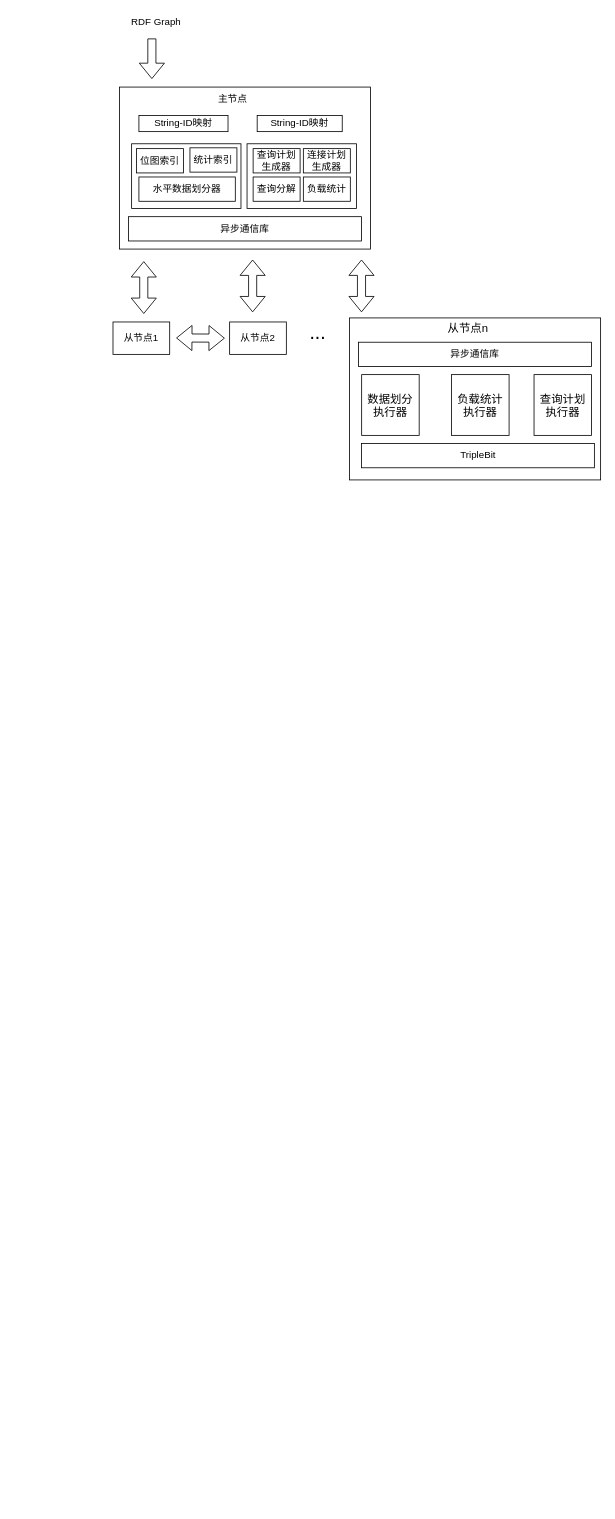
ductina/233 keeps this draw.io diagram as Untitled Diagram.drawio. Above is the earlier version. Source tidied: cells renumbered, new cells numbered last; positions are measured from the earlier drawing's top-left corner, leaving out a move shared by most shapes. Both pictures are drawn from the tidied source at 81%, with x=0, y=0 at pixel (111, 14).
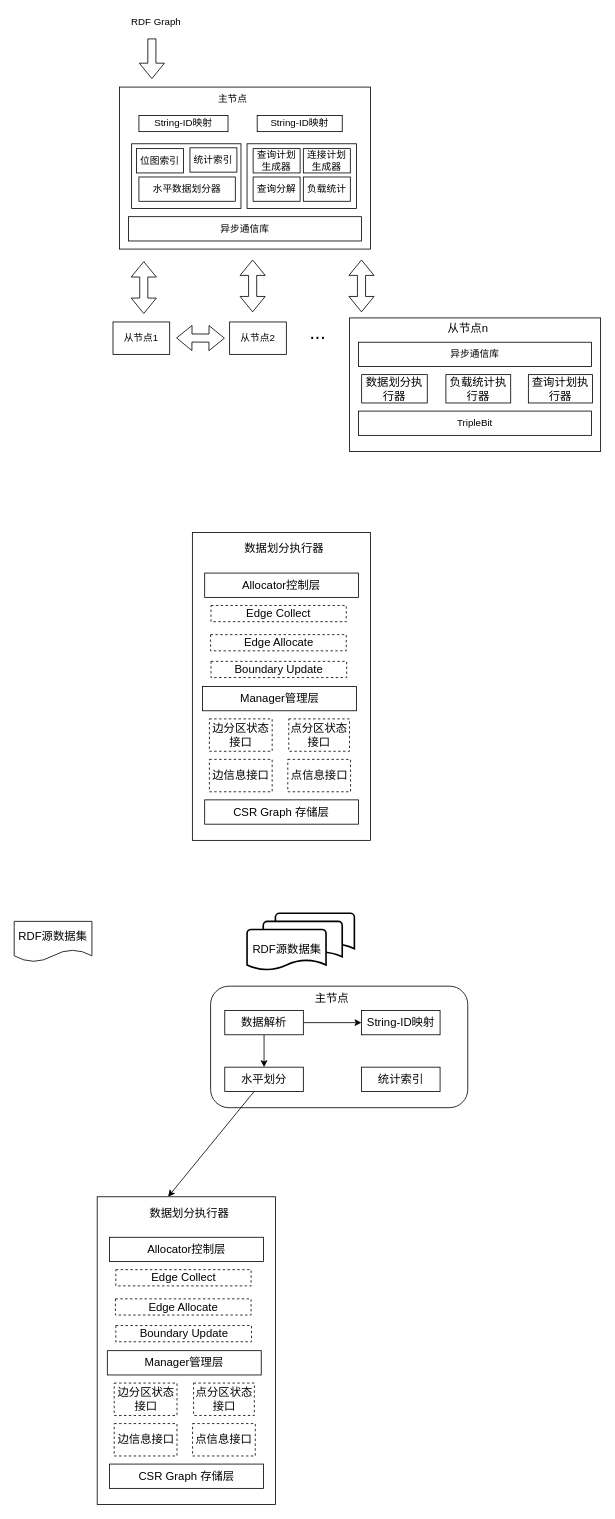
Above is the later version.

What changed in the source:
```diff
@@
     <mxCell id="23" style="rounded=0;whiteSpace=wrap;html=1;" parent="1" vertex="1">
-      <mxGeometry x="294" y="375" width="310" height="200" as="geometry" />
+      <mxGeometry x="294" y="375" width="310" height="165" as="geometry" />
     </mxCell>
@@
     <mxCell id="28" value="数据划分执行器" style="rounded=0;whiteSpace=wrap;html=1;fontSize=14;" parent="1" vertex="1">
-      <mxGeometry x="309" y="445" width="71" height="75" as="geometry" />
+      <mxGeometry x="309" y="445" width="81" height="35" as="geometry" />
     </mxCell>
     <mxCell id="29" value="负载统计执行器" style="rounded=0;whiteSpace=wrap;html=1;fontSize=14;" parent="1" vertex="1">
-      <mxGeometry x="420" y="445" width="71" height="75" as="geometry" />
+      <mxGeometry x="413" y="445" width="80" height="35" as="geometry" />
     </mxCell>
     <mxCell id="30" value="查询计划执行器" style="rounded=0;whiteSpace=wrap;html=1;fontSize=14;" parent="1" vertex="1">
-      <mxGeometry x="521.8" y="445" width="71" height="75" as="geometry" />
+      <mxGeometry x="514.8" y="445" width="79.2" height="35" as="geometry" />
     </mxCell>
     <mxCell id="31" value="TripleBit" style="rounded=0;whiteSpace=wrap;html=1;" parent="1" vertex="1">
-      <mxGeometry x="308.8" y="530" width="287.5" height="30" as="geometry" />
+      <mxGeometry x="305.2" y="490" width="287.5" height="30" as="geometry" />
     </mxCell>
+    <mxCell id="32" style="rounded=0;whiteSpace=wrap;html=1;fontSize=14;" parent="1" vertex="1">
+      <mxGeometry x="100" y="640" width="220" height="380" as="geometry" />
+    </mxCell>
+    <mxCell id="33" value="数据划分执行器" style="text;html=1;align=center;verticalAlign=middle;strokeColor=none;fillColor=none;fontSize=14;" parent="1" vertex="1">
+      <mxGeometry x="143" y="650" width="140" height="20" as="geometry" />
+    </mxCell>
+    <mxCell id="34" value="Allocator控制层" style="rounded=0;whiteSpace=wrap;html=1;fontSize=14;" parent="1" vertex="1">
+      <mxGeometry x="115.2" y="690" width="190" height="30" as="geometry" />
+    </mxCell>
+    <mxCell id="35" value="Manager管理层" style="rounded=0;whiteSpace=wrap;html=1;fontSize=14;" parent="1" vertex="1">
+      <mxGeometry x="112.5" y="830" width="190" height="30" as="geometry" />
+    </mxCell>
+    <mxCell id="36" value="CSR Graph 存储层" style="rounded=0;whiteSpace=wrap;html=1;fontSize=14;" parent="1" vertex="1">
+      <mxGeometry x="115.2" y="970" width="190" height="30" as="geometry" />
+    </mxCell>
+    <mxCell id="37" value="边分区状态接口" style="rounded=0;whiteSpace=wrap;html=1;fontSize=14;dashed=1;" parent="1" vertex="1">
+      <mxGeometry x="121" y="870" width="77.5" height="40" as="geometry" />
+    </mxCell>
+    <mxCell id="38" value="点分区状态接口" style="rounded=0;whiteSpace=wrap;html=1;fontSize=14;dashed=1;" parent="1" vertex="1">
+      <mxGeometry x="219" y="870" width="75" height="40" as="geometry" />
+    </mxCell>
+    <mxCell id="39" value="边信息接口" style="rounded=0;whiteSpace=wrap;html=1;fontSize=14;dashed=1;" parent="1" vertex="1">
+      <mxGeometry x="121" y="920" width="77.5" height="40" as="geometry" />
+    </mxCell>
+    <mxCell id="40" value="点信息接口" style="rounded=0;whiteSpace=wrap;html=1;fontSize=14;dashed=1;" parent="1" vertex="1">
+      <mxGeometry x="217.8" y="920" width="77.5" height="40" as="geometry" />
+    </mxCell>
+    <mxCell id="41" value="Edge Collect" style="rounded=0;whiteSpace=wrap;html=1;fontSize=14;dashed=1;" parent="1" vertex="1">
+      <mxGeometry x="123" y="730" width="167" height="20" as="geometry" />
+    </mxCell>
+    <mxCell id="42" value="Edge Allocate" style="rounded=0;whiteSpace=wrap;html=1;fontSize=14;dashed=1;" parent="1" vertex="1">
+      <mxGeometry x="122.5" y="766" width="167.5" height="20" as="geometry" />
+    </mxCell>
+    <mxCell id="43" value="Boundary Update" style="rounded=0;whiteSpace=wrap;html=1;fontSize=14;dashed=1;" parent="1" vertex="1">
+      <mxGeometry x="123" y="799" width="167.5" height="20" as="geometry" />
+    </mxCell>
+    <mxCell id="44" value="RDF源数据集" style="shape=document;whiteSpace=wrap;html=1;boundedLbl=1;fontSize=14;" parent="1" vertex="1">
+      <mxGeometry x="-120" y="1120" width="96" height="50" as="geometry" />
+    </mxCell>
+    <mxCell id="45" style="strokeWidth=2;html=1;shape=mxgraph.flowchart.document2;whiteSpace=wrap;size=0.25;fontSize=14;" parent="1" vertex="1">
+      <mxGeometry x="202.5" y="1110" width="97.5" height="50" as="geometry" />
+    </mxCell>
+    <mxCell id="46" style="strokeWidth=2;html=1;shape=mxgraph.flowchart.document2;whiteSpace=wrap;size=0.25;fontSize=14;" parent="1" vertex="1">
+      <mxGeometry x="187.5" y="1120" width="97.5" height="50" as="geometry" />
+    </mxCell>
+    <mxCell id="47" value="RDF源数据集" style="strokeWidth=2;html=1;shape=mxgraph.flowchart.document2;whiteSpace=wrap;size=0.25;fontSize=14;" parent="1" vertex="1">
+      <mxGeometry x="167.5" y="1130" width="97.5" height="50" as="geometry" />
+    </mxCell>
+    <mxCell id="48" style="rounded=1;whiteSpace=wrap;html=1;fontSize=14;" parent="1" vertex="1">
+      <mxGeometry x="122.5" y="1200" width="317.5" height="150" as="geometry" />
+    </mxCell>
+    <mxCell id="49" value="主节点" style="text;html=1;align=center;verticalAlign=middle;strokeColor=none;fillColor=none;fontSize=14;" parent="1" vertex="1">
+      <mxGeometry x="237" y="1205" width="70" height="20" as="geometry" />
+    </mxCell>
+    <mxCell id="50" style="edgeStyle=orthogonalEdgeStyle;rounded=0;jettySize=auto;html=1;entryX=0.5;entryY=0;entryDx=0;entryDy=0;fontSize=14;" parent="1" edge="1" source="52" target="54">
+      <mxGeometry relative="1" as="geometry" />
+    </mxCell>
+    <mxCell id="51" style="edgeStyle=orthogonalEdgeStyle;rounded=0;jettySize=auto;html=1;entryX=0;entryY=0.5;entryDx=0;entryDy=0;fontSize=14;" parent="1" edge="1" source="52" target="55">
+      <mxGeometry relative="1" as="geometry" />
+    </mxCell>
+    <mxCell id="52" value="数据解析" style="rounded=0;whiteSpace=wrap;html=1;fontSize=14;" parent="1" vertex="1">
+      <mxGeometry x="140" y="1230" width="97" height="30" as="geometry" />
+    </mxCell>
+    <mxCell id="53" style="rounded=0;jettySize=auto;html=1;entryX=0.398;entryY=0;entryDx=0;entryDy=0;entryPerimeter=0;fontSize=14;" parent="1" edge="1" source="54" target="57">
+      <mxGeometry relative="1" as="geometry" />
+    </mxCell>
+    <mxCell id="54" value="水平划分" style="rounded=0;whiteSpace=wrap;html=1;fontSize=14;" parent="1" vertex="1">
+      <mxGeometry x="140" y="1300" width="97" height="30" as="geometry" />
+    </mxCell>
+    <mxCell id="55" value="String-ID映射" style="rounded=0;whiteSpace=wrap;html=1;fontSize=14;" parent="1" vertex="1">
+      <mxGeometry x="308.8" y="1230" width="97" height="30" as="geometry" />
+    </mxCell>
+    <mxCell id="56" value="统计索引" style="rounded=0;whiteSpace=wrap;html=1;fontSize=14;" parent="1" vertex="1">
+      <mxGeometry x="308.8" y="1300" width="97" height="30" as="geometry" />
+    </mxCell>
+    <mxCell id="57" style="rounded=0;whiteSpace=wrap;html=1;fontSize=14;" parent="1" vertex="1">
+      <mxGeometry x="-17.5" y="1460" width="220" height="380" as="geometry" />
+    </mxCell>
+    <mxCell id="58" value="数据划分执行器" style="text;html=1;align=center;verticalAlign=middle;strokeColor=none;fillColor=none;fontSize=14;" parent="1" vertex="1">
+      <mxGeometry x="25.5" y="1470" width="140" height="20" as="geometry" />
+    </mxCell>
+    <mxCell id="59" value="Allocator控制层" style="rounded=0;whiteSpace=wrap;html=1;fontSize=14;" parent="1" vertex="1">
+      <mxGeometry x="-2.2" y="1510" width="190" height="30" as="geometry" />
+    </mxCell>
+    <mxCell id="60" value="Manager管理层" style="rounded=0;whiteSpace=wrap;html=1;fontSize=14;" parent="1" vertex="1">
+      <mxGeometry x="-5" y="1650" width="190" height="30" as="geometry" />
+    </mxCell>
+    <mxCell id="61" value="CSR Graph 存储层" style="rounded=0;whiteSpace=wrap;html=1;fontSize=14;" parent="1" vertex="1">
+      <mxGeometry x="-2.2" y="1790" width="190" height="30" as="geometry" />
+    </mxCell>
+    <mxCell id="62" value="边分区状态接口" style="rounded=0;whiteSpace=wrap;html=1;fontSize=14;dashed=1;" parent="1" vertex="1">
+      <mxGeometry x="3.5" y="1690" width="77.5" height="40" as="geometry" />
+    </mxCell>
+    <mxCell id="63" value="点分区状态接口" style="rounded=0;whiteSpace=wrap;html=1;fontSize=14;dashed=1;" parent="1" vertex="1">
+      <mxGeometry x="101.5" y="1690" width="75" height="40" as="geometry" />
+    </mxCell>
+    <mxCell id="64" value="边信息接口" style="rounded=0;whiteSpace=wrap;html=1;fontSize=14;dashed=1;" parent="1" vertex="1">
+      <mxGeometry x="3.5" y="1740" width="77.5" height="40" as="geometry" />
+    </mxCell>
+    <mxCell id="65" value="点信息接口" style="rounded=0;whiteSpace=wrap;html=1;fontSize=14;dashed=1;" parent="1" vertex="1">
+      <mxGeometry x="100.2" y="1740" width="77.5" height="40" as="geometry" />
+    </mxCell>
+    <mxCell id="66" value="Edge Collect" style="rounded=0;whiteSpace=wrap;html=1;fontSize=14;dashed=1;" parent="1" vertex="1">
+      <mxGeometry x="5.5" y="1550" width="167" height="20" as="geometry" />
+    </mxCell>
+    <mxCell id="67" value="Edge Allocate" style="rounded=0;whiteSpace=wrap;html=1;fontSize=14;dashed=1;" parent="1" vertex="1">
+      <mxGeometry x="5" y="1586" width="167.5" height="20" as="geometry" />
+    </mxCell>
+    <mxCell id="68" value="Boundary Update" style="rounded=0;whiteSpace=wrap;html=1;fontSize=14;dashed=1;" parent="1" vertex="1">
+      <mxGeometry x="5.5" y="1619" width="167.5" height="20" as="geometry" />
+    </mxCell>
```
